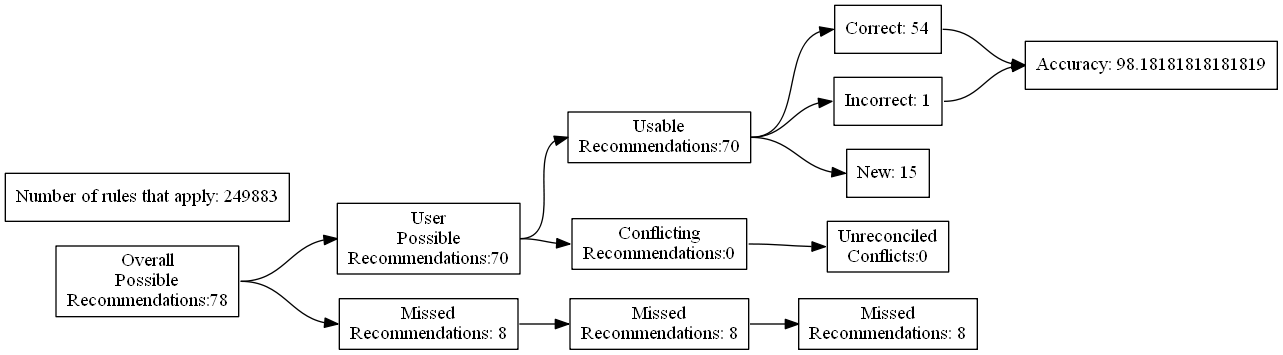
This is test_renders/108.gv.png from ZaxR/ibd_diet_analysis, a Graphviz export, as it was before one commit. Its source is kept beside it as test_renders/108.gv.
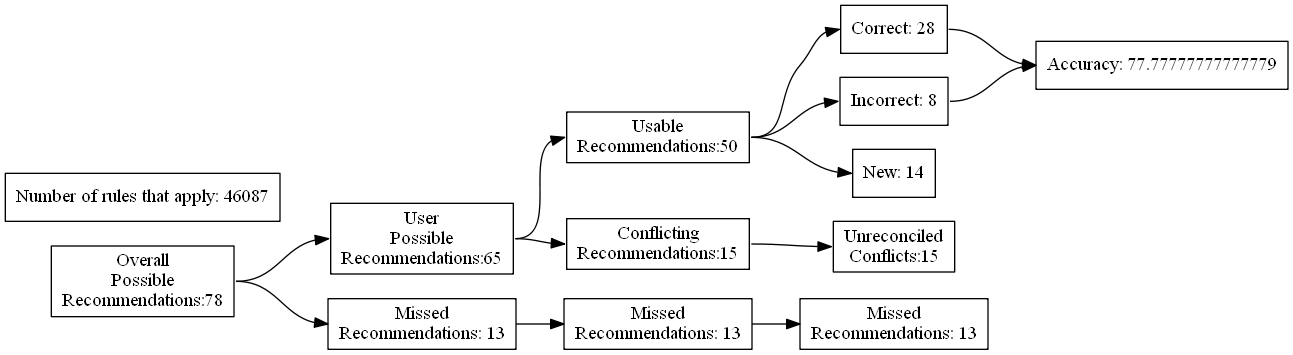
Above is the later version.

The edit, as a diff of the source:
```diff
@@ -7,24 +7,24 @@
 Recommendations:78"]
 		B [label="User
 Possible
-Recommendations:70"]
+Recommendations:65"]
 		C [label="Missed
-Recommendations: 8"]
+Recommendations: 13"]
 		D [label="Usable
-Recommendations:70"]
+Recommendations:50"]
 		E [label="Conflicting
-Recommendations:0"]
+Recommendations:15"]
 		J [label="Missed
-Recommendations: 8"]
+Recommendations: 13"]
 		M [label="Unreconciled
-Conflicts:0"]
-		F [label="Correct: 54"]
-		G [label="Incorrect: 1"]
-		H [label="New: 15"]
+Conflicts:15"]
+		F [label="Correct: 28"]
+		G [label="Incorrect: 8"]
+		H [label="New: 14"]
 		K [label="Missed
-Recommendations: 8"]
-		I [label="Accuracy: 98.18181818181819"]
-		l [label="Number of rules that apply: 249883"]
+Recommendations: 13"]
+		I [label="Accuracy: 77.77777777777779"]
+		l [label="Number of rules that apply: 46087"]
 			A -> B
 			A -> C
 			B -> D
```
